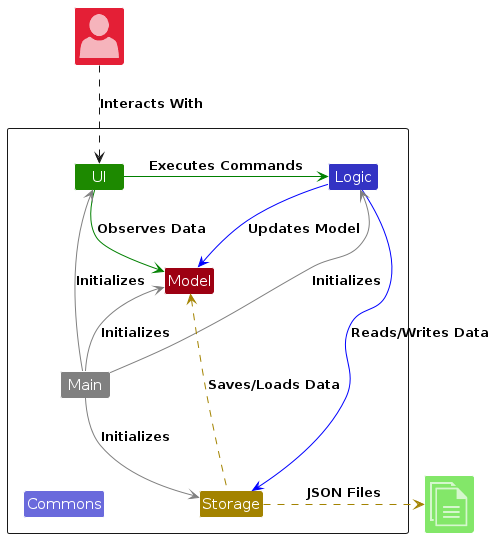
AY2526S1-CS2103T-F13-3/tp keeps this PlantUML diagram as diagrams/ArchitectureDiagram.png. Above is the earlier version. Its source is kept beside it as diagrams/ArchitectureDiagram.puml.
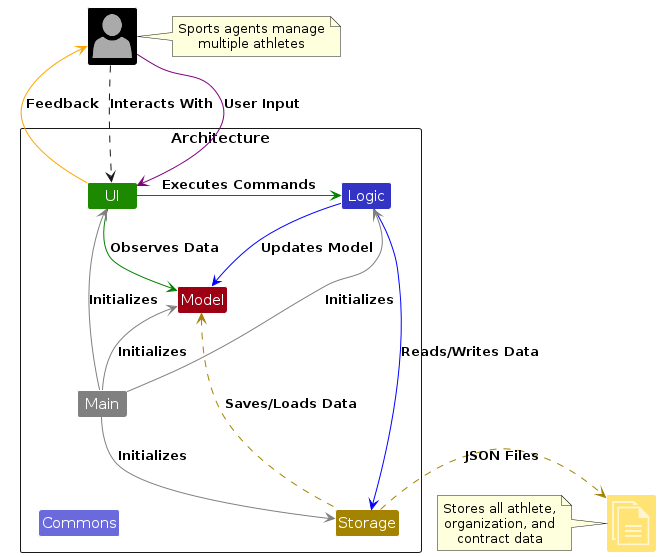
The same file after the commit.

The edit, as a diff of the source:
```diff
@@ -4,7 +4,7 @@
 !include <office/Users/user>
 !include style.puml
 
-Package " "<<Rectangle>>{
+Package "Architecture" <<Rectangle>>{
     Class UI UI_COLOR
     Class Logic LOGIC_COLOR
     Class Storage STORAGE_COLOR
@@ -13,8 +13,8 @@
     Class Commons LOGIC_COLOR_T2
 }
 
-Class "<$user>" as Agent MODEL_COLOR_T2
-Class "<$documents>" as DataFile UI_COLOR_T1
+Class "<$user>" as Agent USER_COLOR
+Class "<$documents>" as DataFile STORAGE_COLOR_T1
 
 UI -[#green]> Logic : Executes Commands
 UI -right[#green]-> Model : Observes Data
@@ -30,4 +30,9 @@
 Storage .right[STORAGE_COLOR].> DataFile : JSON Files
 Agent ..> UI : Interacts With
 
+note right of Agent : Sports agents manage\nmultiple athletes
+note left of DataFile : Stores all athlete,\norganization, and\ncontract data
+Agent -[#purple]-> UI : User Input
+UI -[#orange]-> Agent : Feedback
+
 @enduml
```
